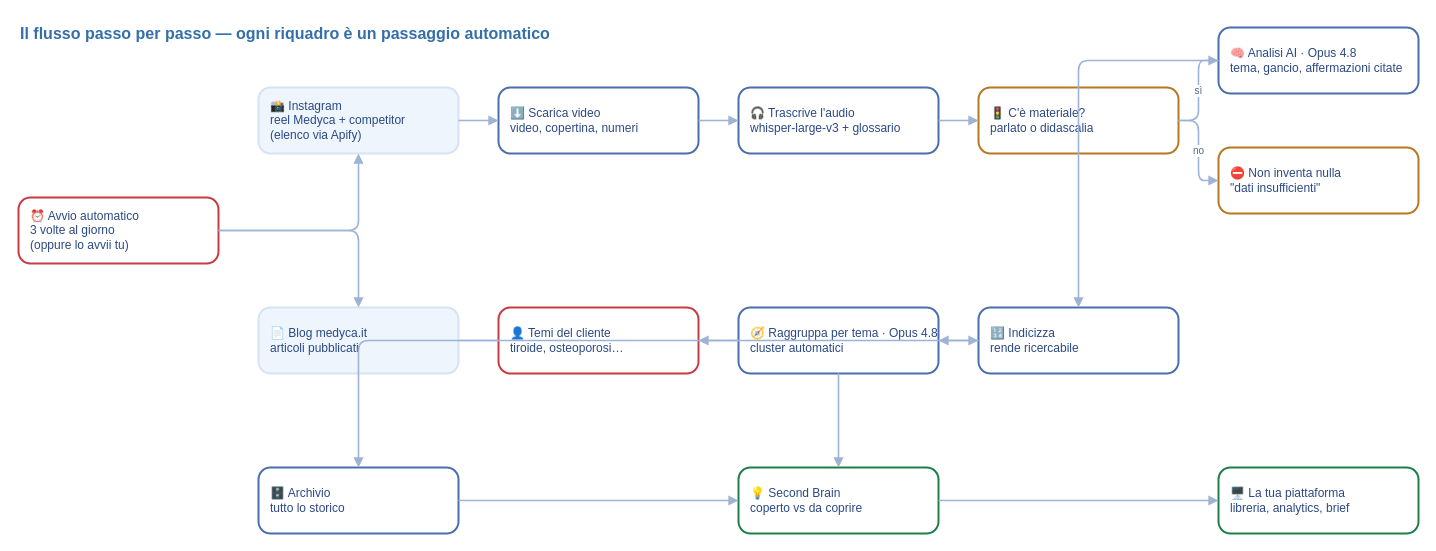
The draw.io diagram page "3 · Flusso (stile n8n)" (3 of 3) of docs/medycabrain-pipeline-cliente.drawio in Giuseppescaffid1/medycabrain, before the edit. Source tidied: cells renumbered, new cells numbered last; positions are measured from the earlier drawing's top-left corner, leaving out a move shared by most shapes. Both pictures are drawn from the tidied source at 100%, with x=0, y=0 at pixel (18, 17).
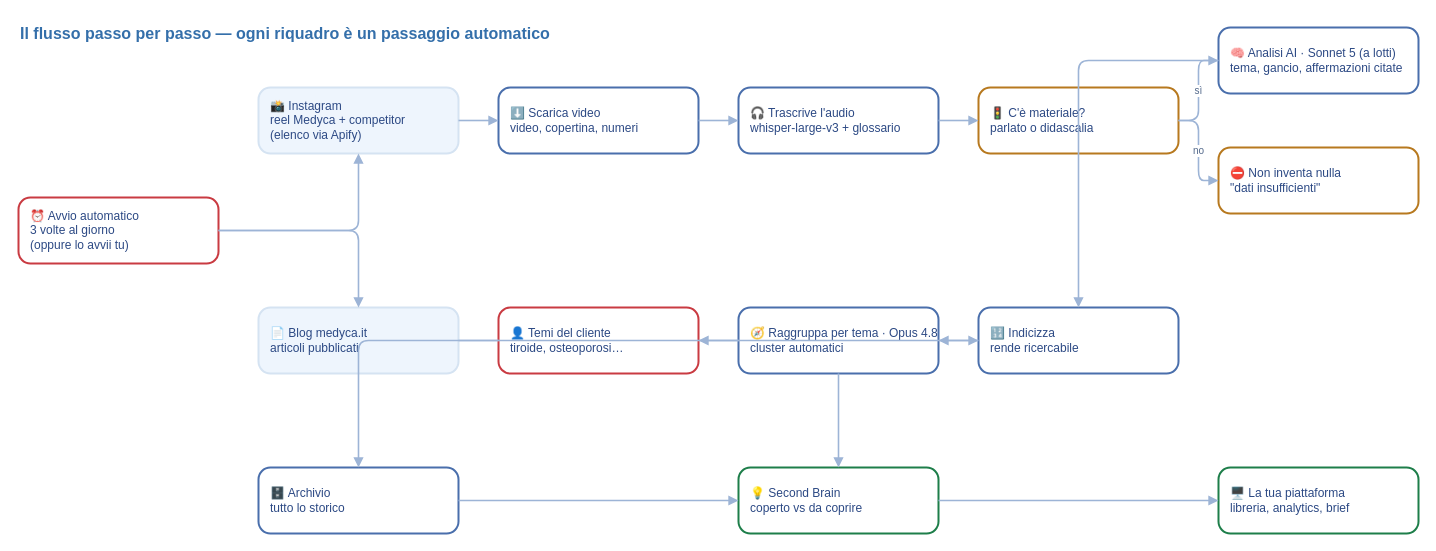
Above is the later version.

Change to the diagram source:
```diff
@@
-    <mxCell id="9" value="🧠 Analisi AI · Opus 4.8&#10;tema, gancio, affermazioni citate" style="rounded=1;whiteSpace=wrap;html=1;arcSize=18;fillColor=#FFFFFF;strokeColor=#4A6FAC;strokeWidth=2;fontColor=#2C4984;fontSize=12;align=left;spacingLeft=10;verticalAlign=middle;" parent="1" vertex="1">
+    <mxCell id="9" value="🧠 Analisi AI · Sonnet 5 (a lotti)&#10;tema, gancio, affermazioni citate" style="rounded=1;whiteSpace=wrap;html=1;arcSize=18;fillColor=#FFFFFF;strokeColor=#4A6FAC;strokeWidth=2;fontColor=#2C4984;fontSize=12;align=left;spacingLeft=10;verticalAlign=middle;" parent="1" vertex="1">
       <mxGeometry x="1200" y="10" width="200" height="66" as="geometry" />
     </mxCell>
```
